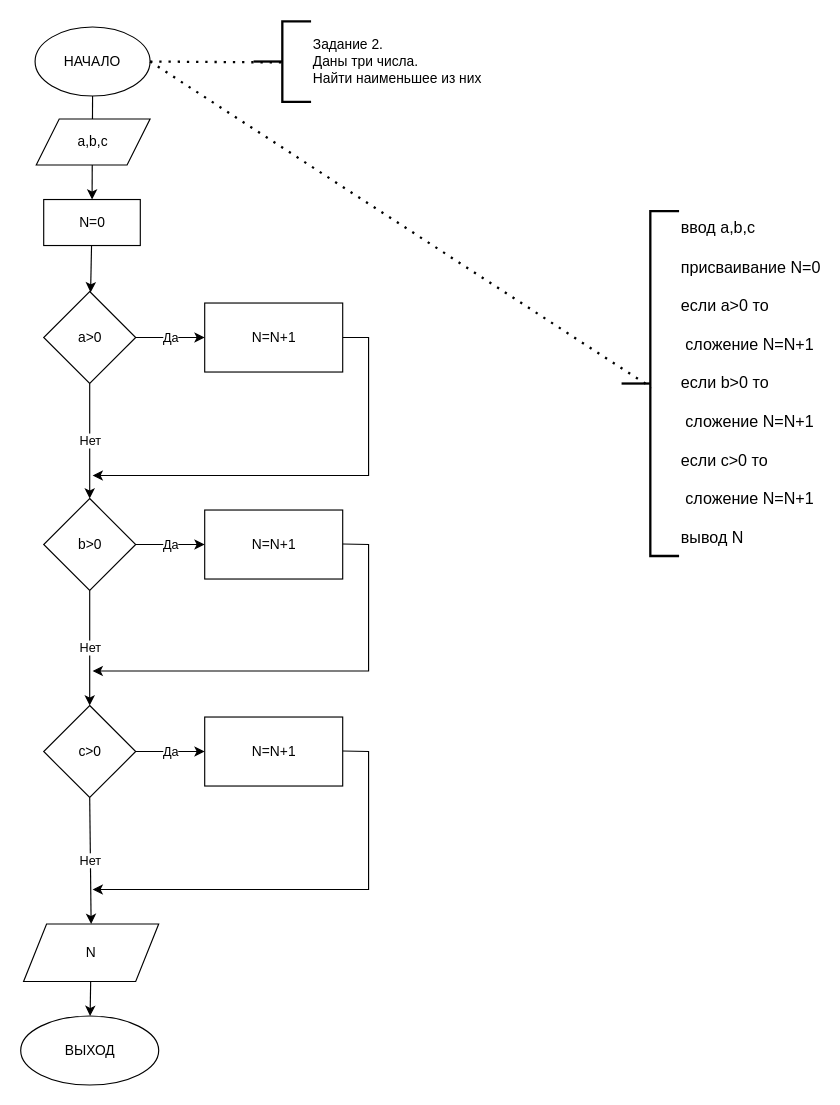
Above: Task_01_01.drawio in paweltaranov/Pawel_Taranov_Zadanie_01 (draw.io), before the change. Source tidied: cells renumbered, new cells numbered last; positions are measured from the earlier drawing's top-left corner, leaving out a move shared by most shapes. Both pictures are drawn from the tidied source at 115%, with x=0, y=0 at pixel (21, 21).
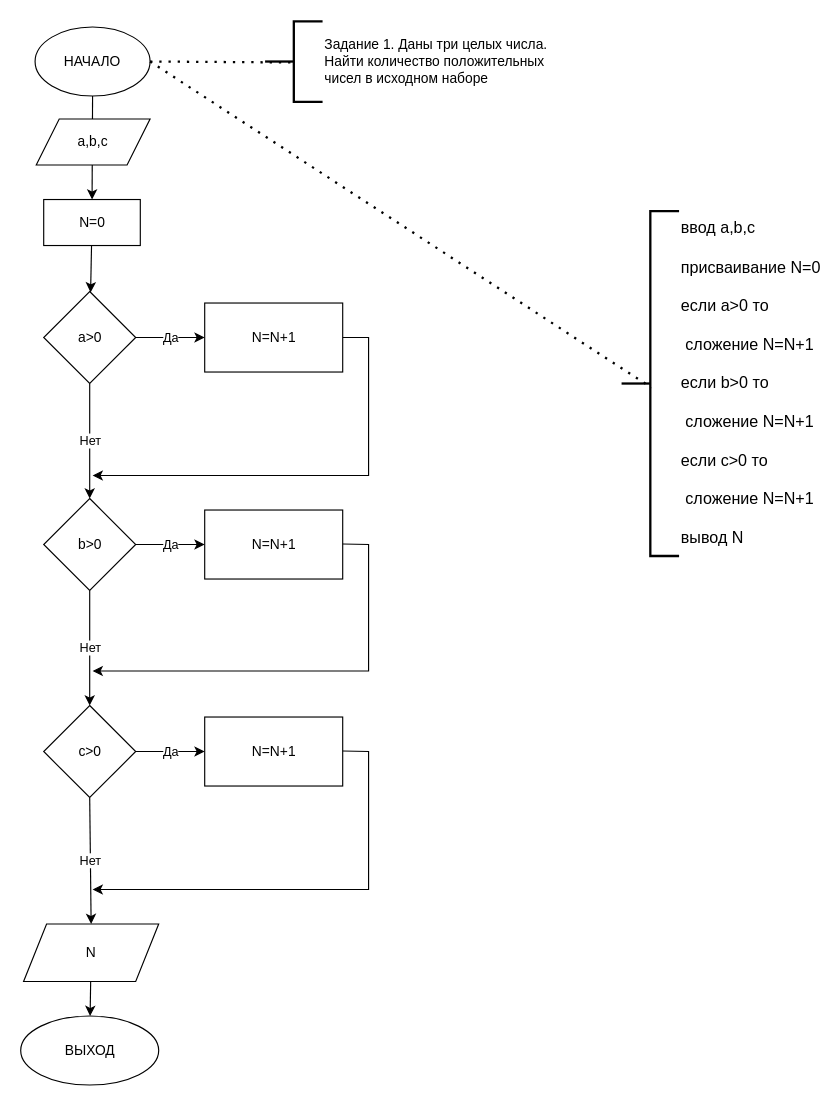
After the change.

Diff of the diagram source:
```diff
@@
-    <mxCell id="26" value="Задание 2. &lt;br&gt;Даны три числа. &lt;br&gt;Найти наименьшее из них" style="strokeWidth=2;html=1;shape=mxgraph.flowchart.annotation_2;align=left;labelPosition=right;" parent="1" vertex="1">
-      <mxGeometry x="202" width="50" height="70" as="geometry" />
+    <mxCell id="26" value="Задание 1. Даны три целых числа. &lt;br&gt;Найти количество положительных &lt;br&gt;чисел в исходном наборе" style="strokeWidth=2;html=1;shape=mxgraph.flowchart.annotation_2;align=left;labelPosition=right;" parent="1" vertex="1">
+      <mxGeometry x="212" width="50" height="70" as="geometry" />
     </mxCell>
```
